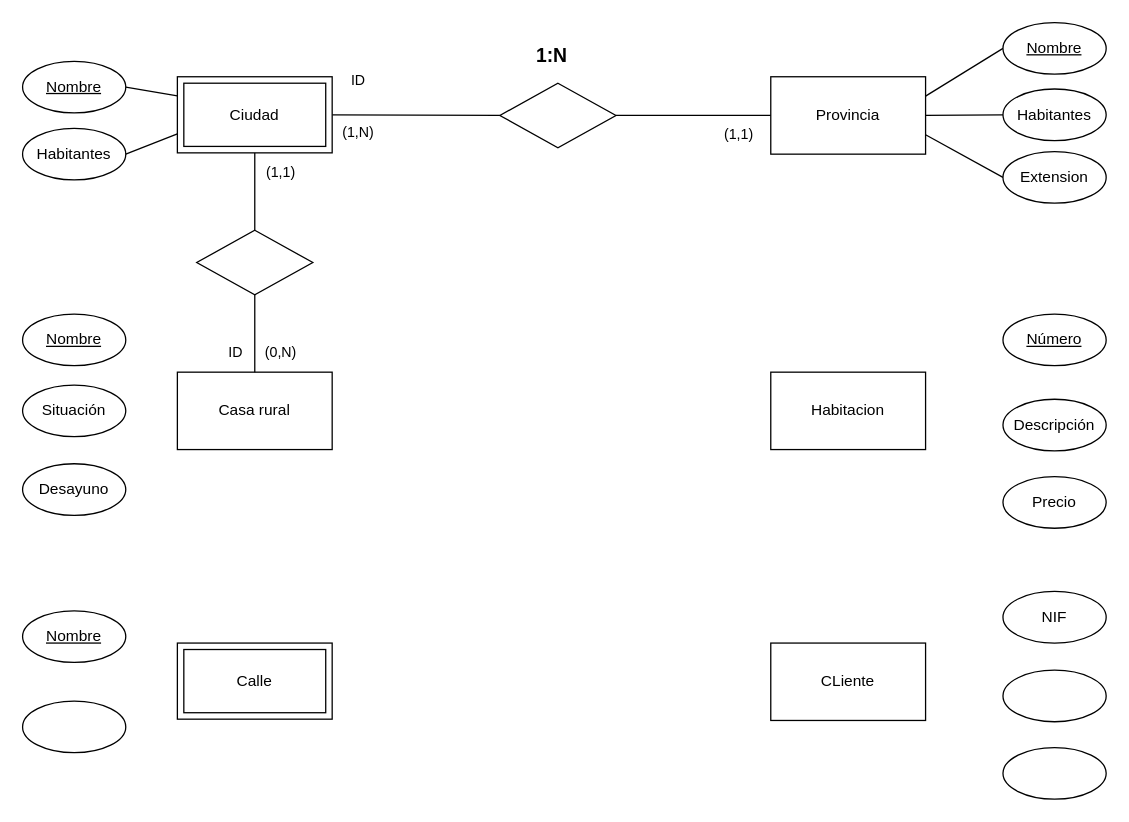
This is 02_Base/UT1/Actividad3.drawio from Ant-Gom-Per/Curso_24-25_DAW, a draw.io file, before an edit. Source tidied: cells renumbered, new cells numbered last; positions are measured from the earlier drawing's top-left corner, leaving out a move shared by most shapes. Both pictures are drawn from the tidied source at 129%, with x=0, y=0 at pixel (22, 22).
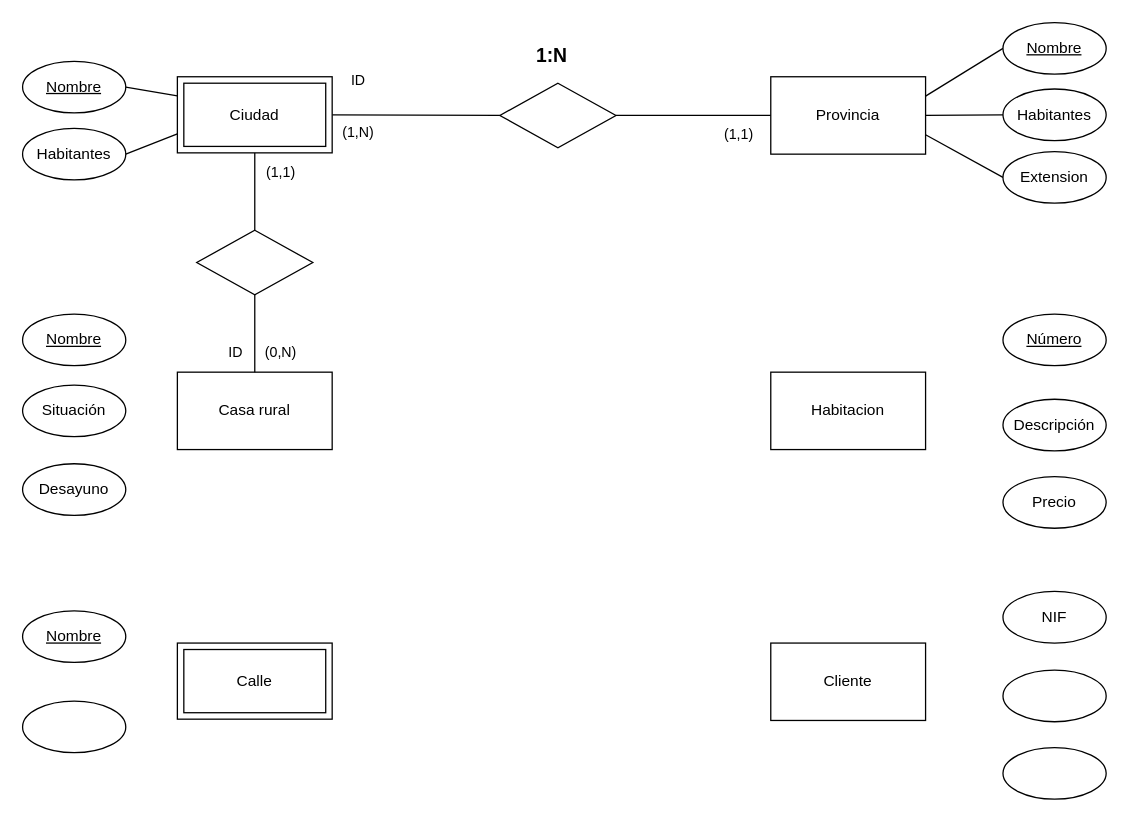
Above is the later version.

What changed in the source:
```diff
@@
-    <mxCell id="19" value="CLiente" style="rounded=0;whiteSpace=wrap;html=1;" parent="1" vertex="1">
+    <mxCell id="19" value="Cliente" style="rounded=0;whiteSpace=wrap;html=1;" parent="1" vertex="1">
       <mxGeometry x="580" y="481" width="120" height="60" as="geometry" />
     </mxCell>
```
